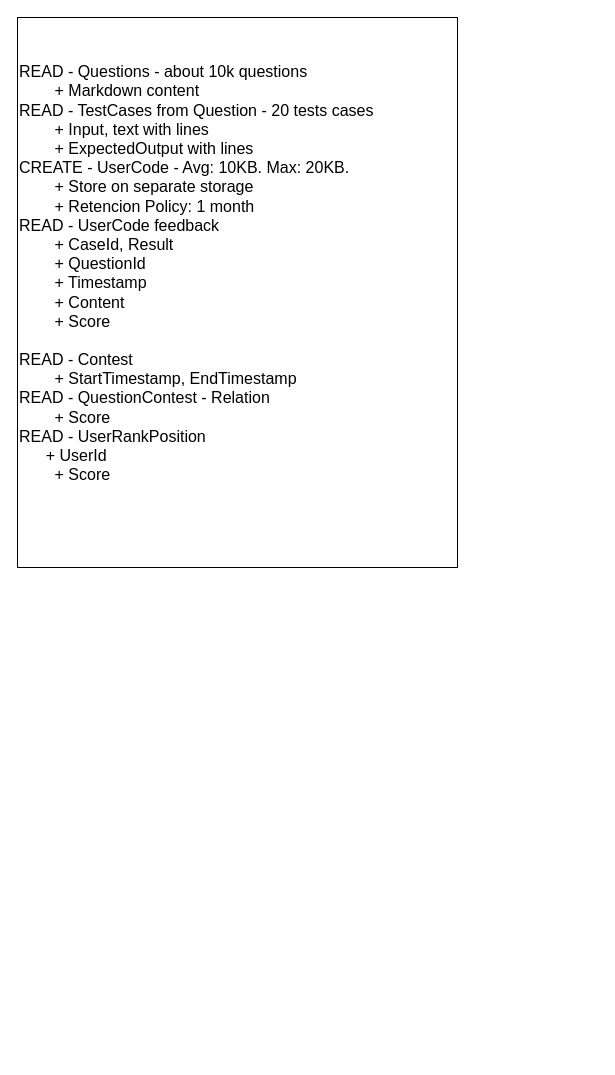
Before: leetcode-system-design.drawio in titosilva/problems, a draw.io diagram. Source tidied: cells renumbered, new cells numbered last; positions are measured from the earlier drawing's top-left corner, leaving out a move shared by most shapes. Both pictures are drawn from the tidied source at 100%, with x=0, y=0 at pixel (17, 17).
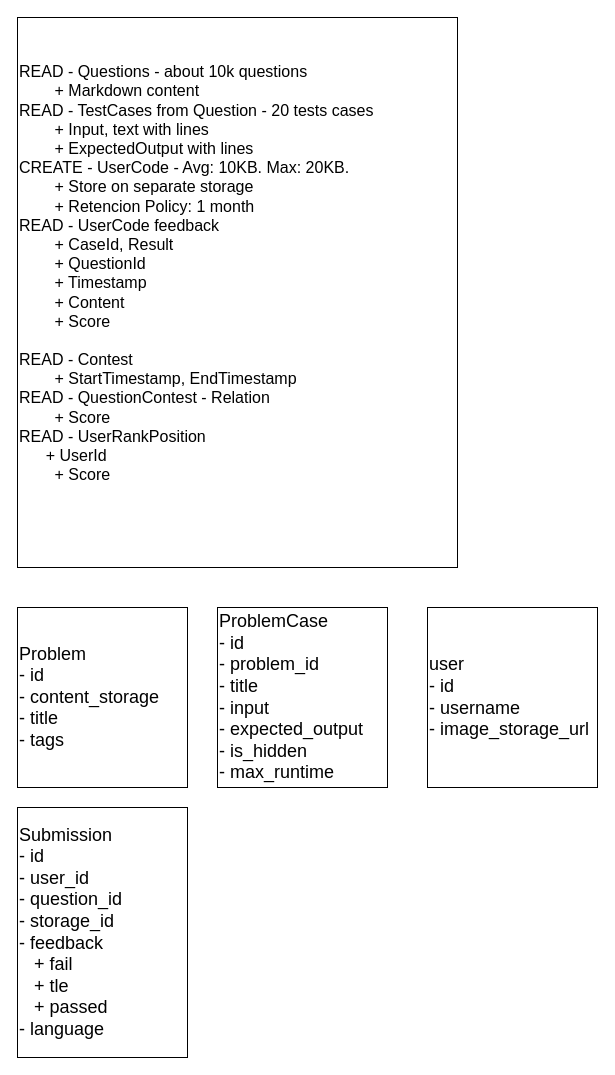
The same page after the edit.

Diff of the diagram source:
```diff
@@
 <mxGraphModel>
   <root>
     <mxCell id="0" />
     <mxCell id="1" parent="0" />
     <mxCell id="2" value="&lt;font size=&quot;3&quot;&gt;READ - Questions - about 10k questions&lt;/font&gt;&lt;div&gt;&lt;font size=&quot;3&quot;&gt;&lt;span style=&quot;white-space: pre;&quot;&gt;&#9;&lt;/span&gt;+ Markdown content&lt;br&gt;READ - TestCases from Question - 20 tests cases&lt;/font&gt;&lt;/div&gt;&lt;div&gt;&lt;font size=&quot;3&quot;&gt;&lt;span style=&quot;white-space: pre;&quot;&gt;&#9;&lt;/span&gt;+ Input, text with lines&lt;br&gt;&lt;span style=&quot;white-space: pre;&quot;&gt;&#9;&lt;/span&gt;+ ExpectedOutput with lines&lt;br&gt;&lt;/font&gt;&lt;div&gt;&lt;font size=&quot;3&quot;&gt;CREATE - UserCode - Avg: 10KB. Max: 20KB.&lt;/font&gt;&lt;/div&gt;&lt;div&gt;&lt;font size=&quot;3&quot;&gt;&lt;span style=&quot;white-space: pre;&quot;&gt;&#9;&lt;/span&gt;+ Store on separate storage&lt;/font&gt;&lt;/div&gt;&lt;div&gt;&lt;font size=&quot;3&quot;&gt;&lt;span style=&quot;white-space: pre;&quot;&gt;&#9;&lt;/span&gt;+ Retencion Policy: 1 month&lt;br&gt;&lt;/font&gt;&lt;span style=&quot;font-size: medium;&quot;&gt;READ - UserCode feedback&lt;/span&gt;&lt;font size=&quot;3&quot;&gt;&lt;br&gt;&lt;span style=&quot;white-space: pre;&quot;&gt;&#9;&lt;/span&gt;+ CaseId, Result&lt;/font&gt;&lt;/div&gt;&lt;div&gt;&lt;font size=&quot;3&quot;&gt;&lt;span style=&quot;white-space: pre;&quot;&gt;&#9;&lt;/span&gt;+ QuestionId&lt;br&gt;&lt;span style=&quot;white-space: pre;&quot;&gt;&#9;&lt;/span&gt;+ Timestamp&lt;br&gt;&lt;span style=&quot;white-space: pre;&quot;&gt;&#9;&lt;/span&gt;+ Content&lt;br&gt;&lt;span style=&quot;white-space: pre;&quot;&gt;&#9;&lt;/span&gt;+ Score&lt;br&gt;&lt;/font&gt;&lt;/div&gt;&lt;div&gt;&lt;font size=&quot;3&quot;&gt;&lt;br&gt;READ - Contest&lt;br&gt;&lt;span style=&quot;white-space: pre;&quot;&gt;&#9;&lt;/span&gt;+ StartTimestamp, EndTimestamp&lt;br&gt;READ - QuestionContest - Relation&lt;br&gt;&lt;span style=&quot;white-space: pre;&quot;&gt;&#9;&lt;/span&gt;+ Score&lt;br&gt;READ - UserRankPosition&lt;br&gt;&amp;nbsp; &amp;nbsp; &amp;nbsp; + UserId&lt;/font&gt;&lt;/div&gt;&lt;div&gt;&lt;font size=&quot;3&quot;&gt;&lt;span style=&quot;white-space: pre;&quot;&gt;&#9;&lt;/span&gt;+ Score&lt;/font&gt;&lt;/div&gt;&lt;div&gt;&lt;font size=&quot;3&quot;&gt;&lt;br&gt;&lt;/font&gt;&lt;/div&gt;&lt;div&gt;&lt;font size=&quot;3&quot;&gt;&lt;br&gt;&lt;/font&gt;&lt;/div&gt;&lt;/div&gt;" style="whiteSpace=wrap;html=1;align=left;" parent="1" vertex="1">
       <mxGeometry width="440" height="550" as="geometry" />
     </mxCell>
+    <mxCell id="3" value="&lt;font style=&quot;font-size: 18px;&quot;&gt;Problem&lt;br&gt;- id&lt;br&gt;- content_storage&lt;br&gt;- title&lt;br&gt;- tags&lt;/font&gt;" style="rounded=0;whiteSpace=wrap;html=1;align=left;" parent="1" vertex="1">
+      <mxGeometry y="590" width="170" height="180" as="geometry" />
+    </mxCell>
+    <mxCell id="4" value="&lt;span style=&quot;font-size: 18px;&quot;&gt;ProblemCase&lt;br&gt;- id&lt;br&gt;- problem_id&lt;br&gt;- title&lt;br&gt;- input&lt;br&gt;- expected_output&lt;br&gt;- is_hidden&lt;br&gt;- max_runtime&lt;/span&gt;" style="rounded=0;whiteSpace=wrap;html=1;align=left;" parent="1" vertex="1">
+      <mxGeometry x="200" y="590" width="170" height="180" as="geometry" />
+    </mxCell>
+    <mxCell id="5" value="&lt;span style=&quot;font-size: 18px;&quot;&gt;Submission&lt;br&gt;- id&lt;br&gt;- user_id&lt;br&gt;- question_id&lt;br&gt;- storage_id&lt;br&gt;- feedback&lt;br&gt;&amp;nbsp; &amp;nbsp;+ fail&lt;br&gt;&amp;nbsp; &amp;nbsp;+ tle&lt;br&gt;&amp;nbsp; &amp;nbsp;+ passed&lt;br&gt;- language&lt;/span&gt;" style="rounded=0;whiteSpace=wrap;html=1;align=left;" parent="1" vertex="1">
+      <mxGeometry y="790" width="170" height="250" as="geometry" />
+    </mxCell>
+    <mxCell id="6" value="&lt;span style=&quot;font-size: 18px;&quot;&gt;user&lt;br&gt;- id&lt;br&gt;- username&lt;br&gt;- image_storage_url&lt;/span&gt;" style="rounded=0;whiteSpace=wrap;html=1;align=left;" parent="1" vertex="1">
+      <mxGeometry x="410" y="590" width="170" height="180" as="geometry" />
+    </mxCell>
   </root>
 </mxGraphModel>
```
